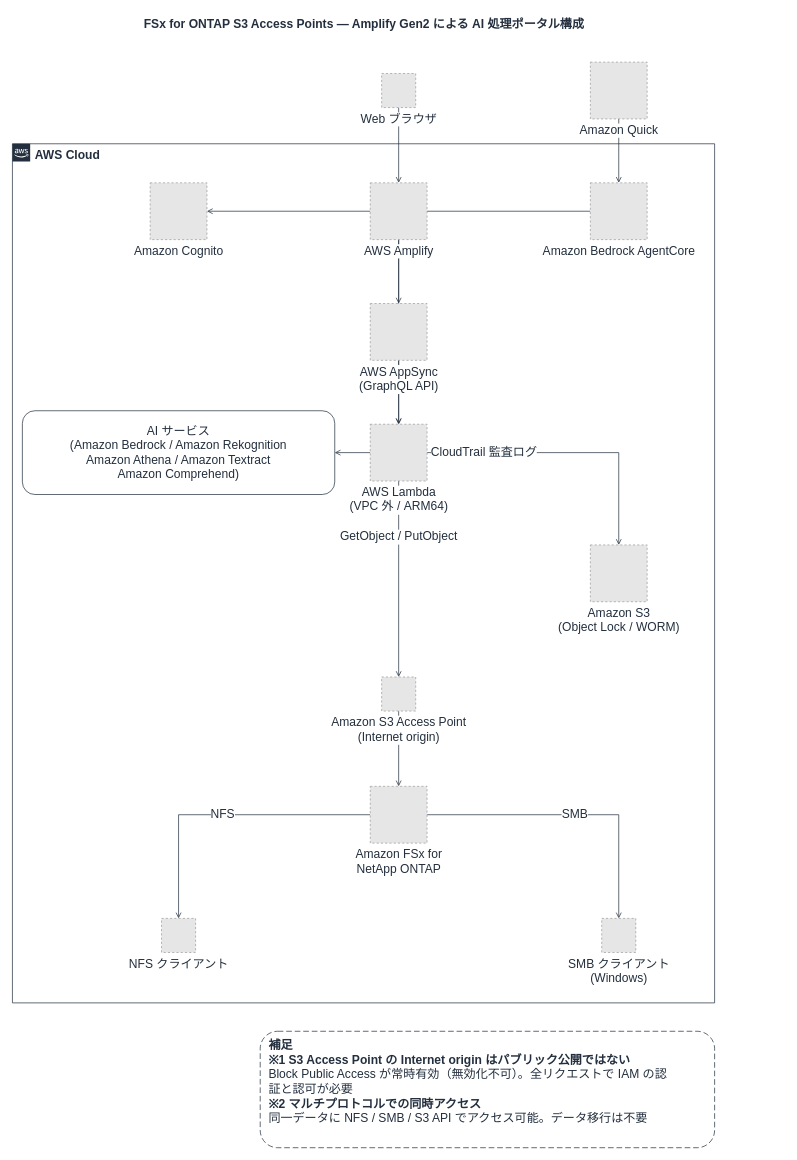
Before: docs/diagrams/amplify-vpc-split.drawio in Yoshiki0705/FSx-for-ONTAP-S3AccessPoints-Serverless-Patterns, a draw.io diagram. Source tidied: cells renumbered, new cells numbered last; positions are measured from the earlier drawing's top-left corner, leaving out a move shared by most shapes. Both pictures are drawn from the tidied source at 71%, with x=0, y=0 at pixel (12, 12). Pictures stored in the file or linked from it are replaced by grey dashed boxes.
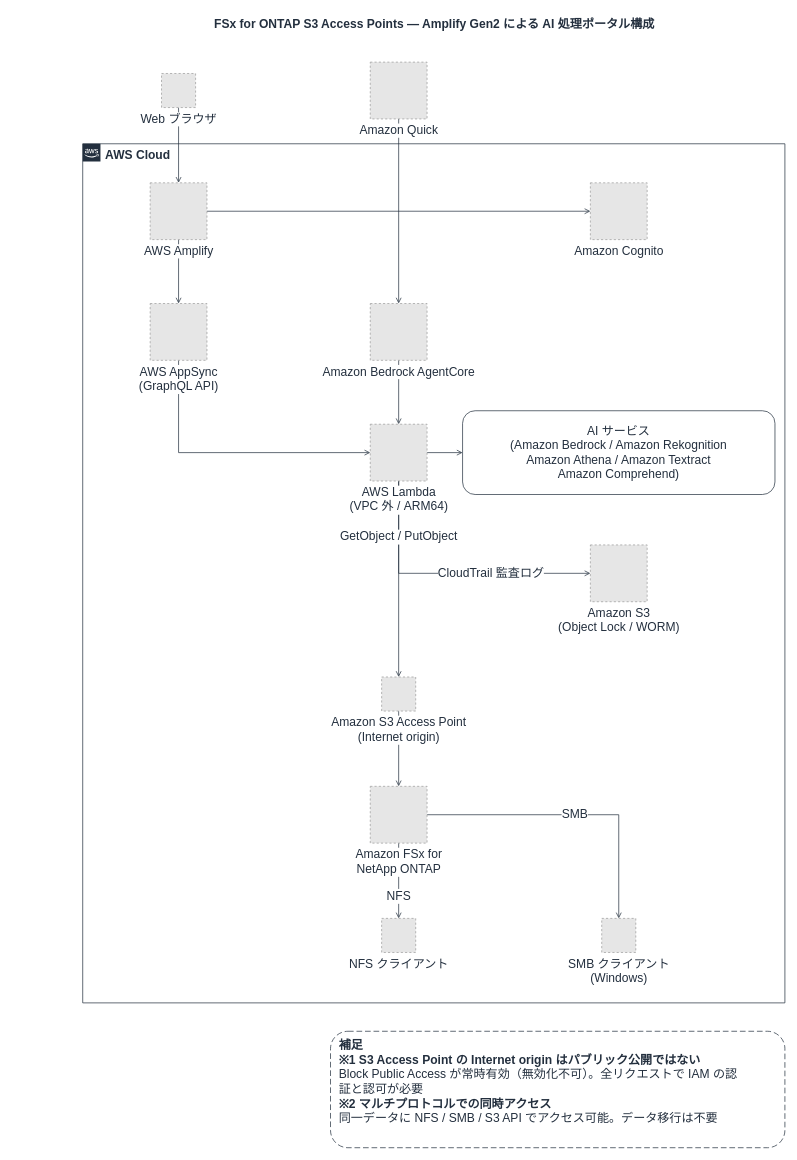
Above is the later version.

Unchanged cells that the change refers to:
```xml
<mxCell id="24" value="Amazon S3&lt;br&gt;(Object Lock / WORM)" style="fillColor=#E6E6E6;strokeColor=#999999;dashed=1;html=1;verticalLabelPosition=bottom;verticalAlign=top;labelPosition=center;align=center;fontSize=17;fontColor=#232F3E;labelBackgroundColor=#FFFFFF;" parent="1" vertex="1">
  <mxGeometry x="814" y="750" width="80" height="80" as="geometry" />
</mxCell>
<mxCell id="26" value="Amazon FSx for&lt;br&gt;NetApp ONTAP" style="fillColor=#E6E6E6;strokeColor=#999999;dashed=1;html=1;verticalLabelPosition=bottom;verticalAlign=top;labelPosition=center;align=center;fontSize=17;fontColor=#232F3E;labelBackgroundColor=#FFFFFF;" parent="1" vertex="1">
  <mxGeometry x="504" y="1090" width="80" height="80" as="geometry" />
</mxCell>
```

What changed in the source:
```diff
@@
     <mxCell id="2" value="FSx for ONTAP S3 Access Points — Amplify Gen2 による AI 処理ポータル構成" style="text;html=1;align=center;verticalAlign=middle;fontSize=17;fontStyle=1;fontColor=#232F3E;" parent="1" vertex="1">
-      <mxGeometry width="989" height="34" as="geometry" />
+      <mxGeometry x="99" width="989" height="34" as="geometry" />
     </mxCell>
-    <mxCell id="3" value="AWS Cloud" style="gradientColor=none;html=1;whiteSpace=wrap;fontSize=17;fontStyle=1;shape=mxgraph.aws4.group;grIcon=mxgraph.aws4.group_aws_cloud_alt;strokeColor=#232F3E;fillColor=none;verticalAlign=top;align=left;spacingLeft=30;fontColor=#232F3E;dashed=0;" parent="1" vertex="1">
-      <mxGeometry y="185" width="989" height="1210" as="geometry" />
-    </mxCell>
@@
-    <mxCell id="8" style="edgeStyle=orthogonalEdgeStyle;rounded=0;jettySize=auto;html=1;endArrow=open;endFill=0;strokeColor=#232F3E;strokeWidth=1;fontSize=17;fontColor=#232F3E;labelBackgroundColor=#ffffff;" parent="1" edge="1" source="21" target="23">
+    <mxCell id="8" style="edgeStyle=orthogonalEdgeStyle;rounded=0;jettySize=auto;html=1;endArrow=open;endFill=0;strokeColor=#232F3E;strokeWidth=1;fontSize=17;fontColor=#232F3E;labelBackgroundColor=#ffffff;exitX=0.5;exitY=1;exitDx=0;exitDy=0;entryX=0;entryY=0.5;entryDx=0;entryDy=0;" parent="1" edge="1" source="21" target="23">
       <mxGeometry relative="1" as="geometry" />
     </mxCell>
@@
-    <mxCell id="11" value="CloudTrail 監査ログ" style="edgeStyle=orthogonalEdgeStyle;rounded=0;jettySize=auto;html=1;endArrow=open;endFill=0;strokeColor=#232F3E;strokeWidth=1;fontSize=17;fontColor=#232F3E;labelBackgroundColor=#ffffff;" parent="1" edge="1" source="23" target="24">
-      <mxGeometry x="-0.6" relative="1" as="geometry" />
+    <mxCell id="11" value="CloudTrail 監査ログ" style="edgeStyle=orthogonalEdgeStyle;rounded=0;jettySize=auto;html=1;endArrow=open;endFill=0;strokeColor=#232F3E;strokeWidth=1;fontSize=17;fontColor=#232F3E;labelBackgroundColor=#ffffff;exitX=0.5;exitY=1;exitDx=0;exitDy=0;entryX=0;entryY=0.5;entryDx=0;entryDy=0;" parent="1" edge="1" source="23" target="24">
+      <mxGeometry x="0.3" relative="1" as="geometry" />
     </mxCell>
@@
     <mxCell id="14" value="NFS" style="edgeStyle=orthogonalEdgeStyle;rounded=0;jettySize=auto;html=1;endArrow=open;endFill=0;strokeColor=#232F3E;strokeWidth=1;fontSize=17;fontColor=#232F3E;labelBackgroundColor=#ffffff;" parent="1" edge="1" source="26" target="27">
-      <mxGeometry relative="1" as="geometry" />
+      <mxGeometry relative="1" as="geometry">
+        <mxPoint y="22" as="offset" />
+      </mxGeometry>
     </mxCell>
@@
+    <mxCell id="3" value="AWS Cloud" style="gradientColor=none;html=1;whiteSpace=wrap;fontSize=17;fontStyle=1;shape=mxgraph.aws4.group;grIcon=mxgraph.aws4.group_aws_cloud_alt;strokeColor=#232F3E;fillColor=none;verticalAlign=top;align=left;spacingLeft=30;fontColor=#232F3E;dashed=0;labelBackgroundColor=#FFFFFF;" parent="1" vertex="1">
+      <mxGeometry x="99" y="185" width="989" height="1210" as="geometry" />
+    </mxCell>
     <mxCell id="16" value="Web ブラウザ" style="fillColor=#E6E6E6;strokeColor=#999999;dashed=1;html=1;verticalLabelPosition=bottom;verticalAlign=top;labelPosition=center;align=center;fontSize=17;fontColor=#232F3E;labelBackgroundColor=#FFFFFF;" parent="1" vertex="1">
-      <mxGeometry x="520" y="86" width="48" height="48" as="geometry" />
+      <mxGeometry x="210" y="86" width="48" height="48" as="geometry" />
     </mxCell>
     <mxCell id="17" value="Amazon Quick" style="fillColor=#E6E6E6;strokeColor=#999999;dashed=1;html=1;verticalLabelPosition=bottom;verticalAlign=top;labelPosition=center;align=center;fontSize=17;fontColor=#232F3E;labelBackgroundColor=#FFFFFF;" parent="1" vertex="1">
-      <mxGeometry x="814" y="70" width="80" height="80" as="geometry" />
+      <mxGeometry x="504" y="70" width="80" height="80" as="geometry" />
     </mxCell>
+    <mxCell id="19" value="AWS Amplify" style="fillColor=#E6E6E6;strokeColor=#999999;dashed=1;html=1;verticalLabelPosition=bottom;verticalAlign=top;labelPosition=center;align=center;fontSize=17;fontColor=#232F3E;labelBackgroundColor=#FFFFFF;" parent="1" vertex="1">
+      <mxGeometry x="194" y="240" width="80" height="80" as="geometry" />
+    </mxCell>
     <mxCell id="18" value="Amazon Cognito" style="fillColor=#E6E6E6;strokeColor=#999999;dashed=1;html=1;verticalLabelPosition=bottom;verticalAlign=top;labelPosition=center;align=center;fontSize=17;fontColor=#232F3E;labelBackgroundColor=#FFFFFF;" parent="1" vertex="1">
-      <mxGeometry x="194" y="240" width="80" height="80" as="geometry" />
+      <mxGeometry x="814" y="240" width="80" height="80" as="geometry" />
     </mxCell>
-    <mxCell id="19" value="AWS Amplify" style="fillColor=#E6E6E6;strokeColor=#999999;dashed=1;html=1;verticalLabelPosition=bottom;verticalAlign=top;labelPosition=center;align=center;fontSize=17;fontColor=#232F3E;labelBackgroundColor=#FFFFFF;" parent="1" vertex="1">
-      <mxGeometry x="504" y="240" width="80" height="80" as="geometry" />
-    </mxCell>
+    <mxCell id="21" value="AWS AppSync&lt;br&gt;(GraphQL API)" style="fillColor=#E6E6E6;strokeColor=#999999;dashed=1;html=1;verticalLabelPosition=bottom;verticalAlign=top;labelPosition=center;align=center;fontSize=17;fontColor=#232F3E;labelBackgroundColor=#FFFFFF;" parent="1" vertex="1">
+      <mxGeometry x="194" y="410" width="80" height="80" as="geometry" />
+    </mxCell>
     <mxCell id="20" value="Amazon Bedrock AgentCore" style="fillColor=#E6E6E6;strokeColor=#999999;dashed=1;html=1;verticalLabelPosition=bottom;verticalAlign=top;labelPosition=center;align=center;fontSize=17;fontColor=#232F3E;labelBackgroundColor=#FFFFFF;" parent="1" vertex="1">
-      <mxGeometry x="814" y="240" width="80" height="80" as="geometry" />
+      <mxGeometry x="504" y="410" width="80" height="80" as="geometry" />
     </mxCell>
-    <mxCell id="21" value="AWS AppSync&lt;br&gt;(GraphQL API)" style="fillColor=#E6E6E6;strokeColor=#999999;dashed=1;html=1;verticalLabelPosition=bottom;verticalAlign=top;labelPosition=center;align=center;fontSize=17;fontColor=#232F3E;labelBackgroundColor=#FFFFFF;" parent="1" vertex="1">
-      <mxGeometry x="504" y="410" width="80" height="80" as="geometry" />
-    </mxCell>
+    <mxCell id="23" value="AWS Lambda&lt;br&gt;(VPC 外 / ARM64)" style="fillColor=#E6E6E6;strokeColor=#999999;dashed=1;html=1;verticalLabelPosition=bottom;verticalAlign=top;labelPosition=center;align=center;fontSize=17;fontColor=#232F3E;labelBackgroundColor=#FFFFFF;" parent="1" vertex="1">
+      <mxGeometry x="504" y="580" width="80" height="80" as="geometry" />
+    </mxCell>
     <mxCell id="22" value="AI サービス&lt;br&gt;(Amazon Bedrock / Amazon Rekognition&lt;br&gt;Amazon Athena / Amazon Textract&lt;br&gt;Amazon Comprehend)" style="rounded=1;whiteSpace=wrap;html=1;dashed=0;strokeColor=#232F3E;fillColor=#FFFFFF;align=center;verticalAlign=middle;fontSize=17;fontColor=#232F3E;" parent="1" vertex="1">
-      <mxGeometry x="14" y="561" width="440" height="118" as="geometry" />
+      <mxGeometry x="634" y="561" width="440" height="118" as="geometry" />
     </mxCell>
-    <mxCell id="23" value="AWS Lambda&lt;br&gt;(VPC 外 / ARM64)" style="fillColor=#E6E6E6;strokeColor=#999999;dashed=1;html=1;verticalLabelPosition=bottom;verticalAlign=top;labelPosition=center;align=center;fontSize=17;fontColor=#232F3E;labelBackgroundColor=#FFFFFF;" parent="1" vertex="1">
-      <mxGeometry x="504" y="580" width="80" height="80" as="geometry" />
-    </mxCell>
@@
     <mxCell id="27" value="NFS クライアント" style="fillColor=#E6E6E6;strokeColor=#999999;dashed=1;html=1;verticalLabelPosition=bottom;verticalAlign=top;labelPosition=center;align=center;fontSize=17;fontColor=#232F3E;labelBackgroundColor=#FFFFFF;" parent="1" vertex="1">
-      <mxGeometry x="210" y="1276" width="48" height="48" as="geometry" />
+      <mxGeometry x="520" y="1276" width="48" height="48" as="geometry" />
     </mxCell>
@@
     <mxCell id="29" value="&lt;b&gt;補足&lt;/b&gt;&lt;br&gt;&lt;b&gt;※1 S3 Access Point の Internet origin はパブリック公開ではない&lt;/b&gt;&lt;br&gt;Block Public Access が常時有効（無効化不可）。全リクエストで IAM の認&lt;br&gt;証と認可が必要&lt;br&gt;&lt;b&gt;※2 マルチプロトコルでの同時アクセス&lt;/b&gt;&lt;br&gt;同一データに NFS / SMB / S3 API でアクセス可能。データ移行は不要" style="rounded=1;whiteSpace=wrap;html=1;dashed=1;dashPattern=8 4;strokeColor=#232F3E;fillColor=#FFFFFF;align=left;verticalAlign=top;spacingLeft=10;spacingTop=4;fontSize=17;fontColor=#232F3E;" parent="1" vertex="1">
-      <mxGeometry x="349" y="1435" width="640" height="164" as="geometry" />
+      <mxGeometry x="448" y="1435" width="640" height="164" as="geometry" />
     </mxCell>
```
